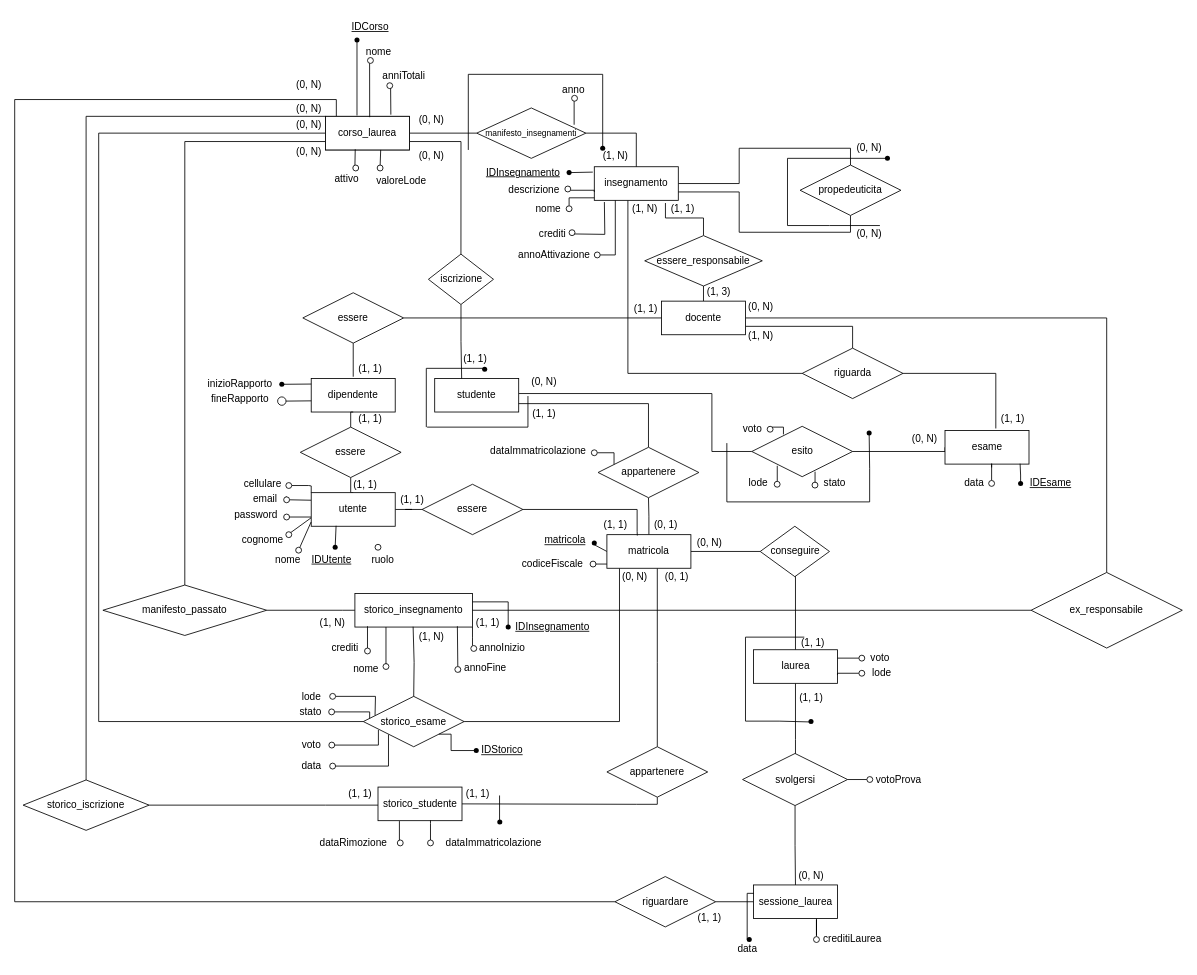
Before: page "ER Ristrutturato" (2 of 3) of uni.drawio in michelebolis/UniversityExamSystem, a draw.io diagram. Source tidied: cells renumbered, new cells numbered last; positions are measured from the earlier drawing's top-left corner, leaving out a move shared by most shapes. Both pictures are drawn from the tidied source at 84%, with x=0, y=0 at pixel (14, 14).
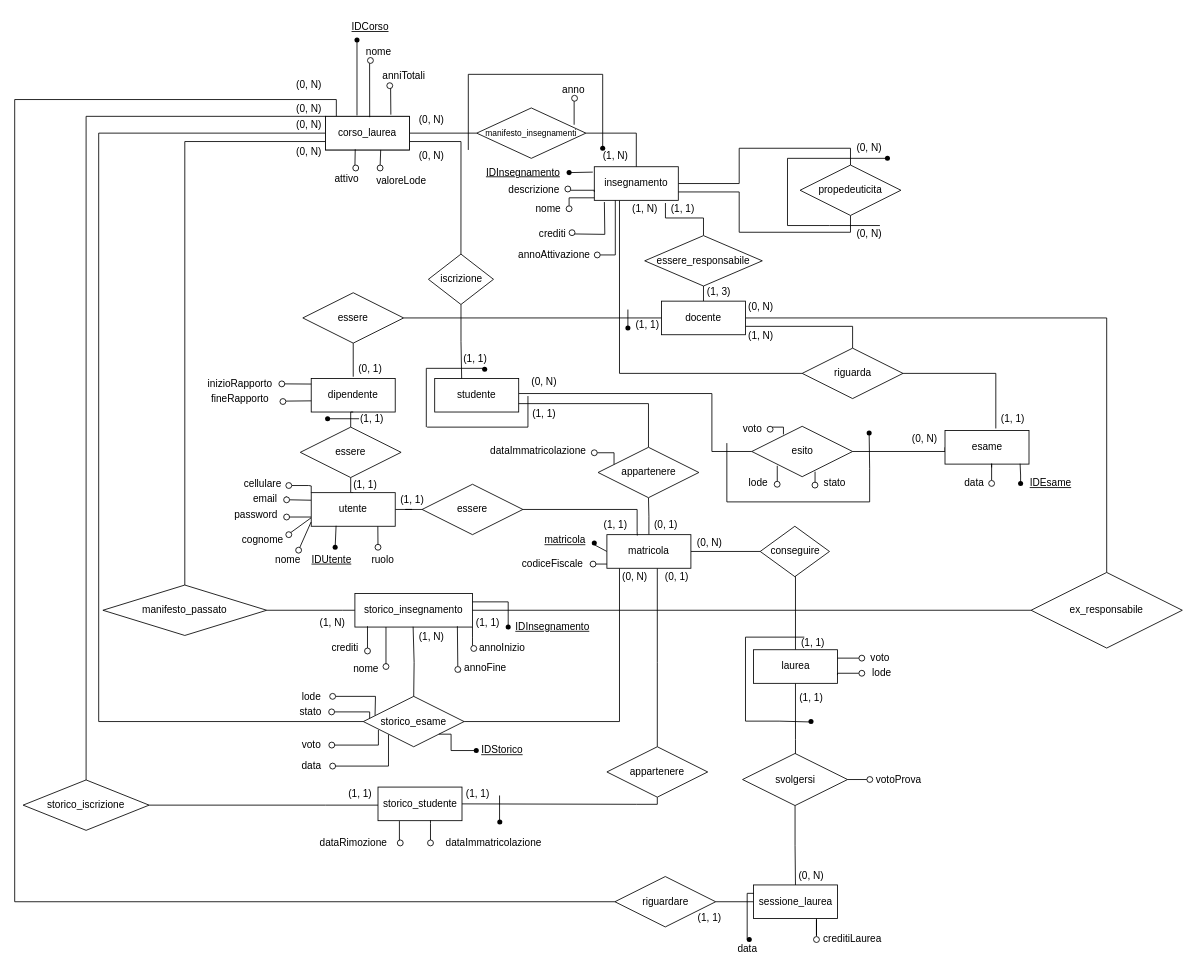
After the change.

The change refers to these unchanged cells:
```xml
<mxCell id="17" value="insegnamento" style="whiteSpace=wrap;html=1;align=center;" parent="1" vertex="1">
  <mxGeometry x="690" y="181" width="100" height="40" as="geometry" />
</mxCell>
<mxCell id="32" value="riguarda" style="shape=rhombus;perimeter=rhombusPerimeter;whiteSpace=wrap;html=1;align=center;" parent="1" vertex="1">
  <mxGeometry x="937.5" y="397" width="120" height="60" as="geometry" />
</mxCell>
```

Change to the diagram source:
```diff
@@
     <mxCell id="16" style="edgeStyle=orthogonalEdgeStyle;rounded=0;jettySize=auto;html=1;entryX=0;entryY=0.5;entryDx=0;entryDy=0;endArrow=none;endFill=0;" parent="1" edge="1" source="17" target="32">
       <mxGeometry relative="1" as="geometry">
         <Array as="points">
-          <mxPoint x="730" y="427" />
+          <mxPoint x="720" y="427" />
         </Array>
       </mxGeometry>
     </mxCell>
@@
-    <mxCell id="60" style="shape=waypoint;sketch=0;fillStyle=solid;size=6;points=[];fillColor=none;perimeter=centerPerimeter;snapToPoint=1;" parent="1" vertex="1">
-      <mxGeometry x="308" y="430" width="20" height="20" as="geometry" />
-    </mxCell>
-    <mxCell id="61" style="ellipse;whiteSpace=wrap;html=1;" parent="1" vertex="1">
-      <mxGeometry x="313" y="455" width="10" height="10" as="geometry" />
-    </mxCell>
-    <mxCell id="62" style="endArrow=none;html=1;rounded=0;" parent="1" edge="1" source="60">
+    <mxCell id="62" style="endArrow=none;html=1;rounded=0;" parent="1" edge="1" source="274">
       <mxGeometry relative="1" as="geometry">
         <mxPoint x="353" y="439.7" as="targetPoint" />
       </mxGeometry>
     </mxCell>
@@
     <mxCell id="127" value="(1, 1)" style="text;html=1;align=center;verticalAlign=middle;points=[];strokeColor=none;fillColor=none;" parent="1" vertex="1">
-      <mxGeometry x="726" y="335" width="50" height="30" as="geometry" />
+      <mxGeometry x="728" y="355" width="50" height="30" as="geometry" />
     </mxCell>
-    <mxCell id="128" value="(1, 1)" style="text;html=1;align=center;verticalAlign=middle;strokeColor=none;fillColor=none;" parent="1" vertex="1">
+    <mxCell id="128" value="(0, 1)" style="text;html=1;align=center;verticalAlign=middle;strokeColor=none;fillColor=none;" parent="1" vertex="1">
       <mxGeometry x="397.5" y="407" width="50" height="30" as="geometry" />
     </mxCell>
-    <mxCell id="129" value="(1, 1)" style="text;html=1;align=center;verticalAlign=middle;strokeColor=none;fillColor=none;" parent="1" vertex="1">
-      <mxGeometry x="397.5" y="466" width="50" height="30" as="geometry" />
-    </mxCell>
@@
+    <mxCell id="272" style="edgeStyle=orthogonalEdgeStyle;rounded=0;orthogonalLoop=1;jettySize=auto;html=1;entryX=0.793;entryY=0.952;entryDx=0;entryDy=0;entryPerimeter=0;endArrow=none;endFill=0;" parent="1" edge="1">
+      <mxGeometry relative="1" as="geometry">
+        <mxPoint x="432.5" y="632.5" as="sourcePoint" />
+        <mxPoint x="432.3" y="609.1" as="targetPoint" />
+      </mxGeometry>
+    </mxCell>
@@
+    <mxCell id="273" style="endArrow=none;html=1;rounded=0;" parent="1" edge="1" target="274">
+      <mxGeometry relative="1" as="geometry">
+        <mxPoint x="318" y="440" as="sourcePoint" />
+      </mxGeometry>
+    </mxCell>
+    <mxCell id="274" style="ellipse;whiteSpace=wrap;html=1;" parent="1" vertex="1">
+      <mxGeometry x="314.5" y="436" width="7" height="7" as="geometry" />
+    </mxCell>
+    <mxCell id="275" style="ellipse;whiteSpace=wrap;html=1;" parent="1" vertex="1">
+      <mxGeometry x="315.8" y="457" width="7" height="7" as="geometry" />
+    </mxCell>
+    <mxCell id="276" style="shape=waypoint;sketch=0;fillStyle=solid;size=6;points=[];fillColor=none;perimeter=centerPerimeter;snapToPoint=1;" parent="1" vertex="1">
+      <mxGeometry x="362.5" y="471" width="20" height="20" as="geometry" />
+    </mxCell>
+    <mxCell id="277" style="endArrow=none;html=1;rounded=0;entryX=0.697;entryY=0.445;entryDx=0;entryDy=0;entryPerimeter=0;" parent="1" edge="1" target="276">
+      <mxGeometry relative="1" as="geometry">
+        <mxPoint x="410" y="481" as="sourcePoint" />
+      </mxGeometry>
+    </mxCell>
+    <mxCell id="129" value="(1, 1)" style="text;html=1;align=center;verticalAlign=middle;strokeColor=none;fillColor=none;" parent="1" vertex="1">
+      <mxGeometry x="399.5" y="466" width="50" height="30" as="geometry" />
+    </mxCell>
+    <mxCell id="278" style="endArrow=none;html=1;rounded=0;entryX=-0.004;entryY=0.544;entryDx=0;entryDy=0;entryPerimeter=0;" parent="1" edge="1" source="280" target="127">
+      <mxGeometry relative="1" as="geometry" />
+    </mxCell>
+    <mxCell id="279" style="endArrow=none;html=1;rounded=0;entryDx=0;entryDy=0;entryPerimeter=0;" parent="1" edge="1" target="280">
+      <mxGeometry relative="1" as="geometry">
+        <mxPoint x="730" y="351" as="sourcePoint" />
+      </mxGeometry>
+    </mxCell>
+    <mxCell id="280" style="shape=waypoint;sketch=0;fillStyle=solid;size=6;points=[];fillColor=none;perimeter=centerPerimeter;snapToPoint=1;" parent="1" vertex="1">
+      <mxGeometry x="720" y="363" width="20" height="20" as="geometry" />
+    </mxCell>
```
